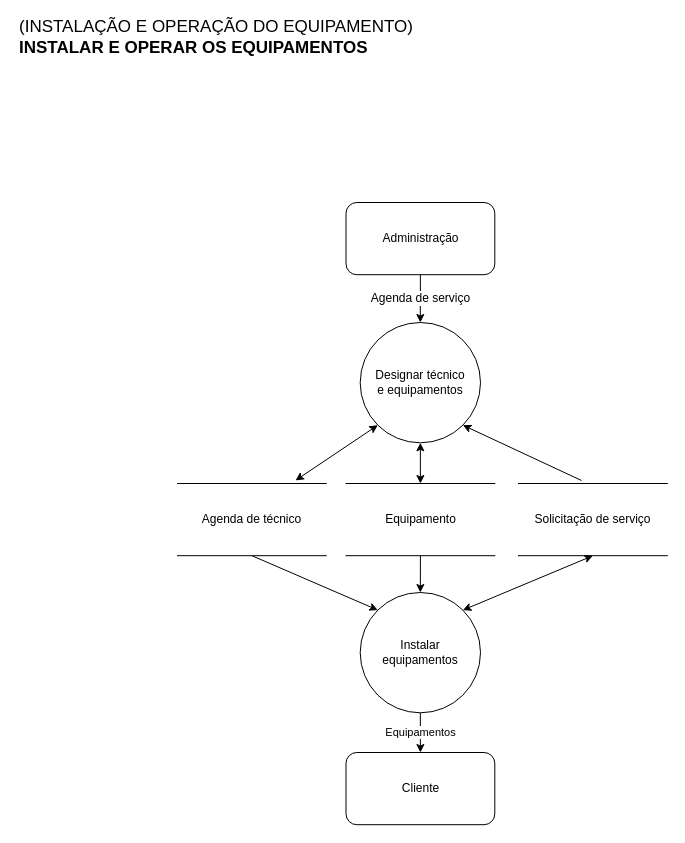
Earlier version of the draw.io diagram page "Instalação" (4 of 11) of 16. DFD Essencial para cada capacidade.drawio (somosafsociety/Eng-Soft-EC2A). Source tidied: cells renumbered, new cells numbered last; positions are measured from the earlier drawing's top-left corner, leaving out a move shared by most shapes. Both pictures are drawn from the tidied source at 100%, with x=0, y=0 at pixel (17, 22).
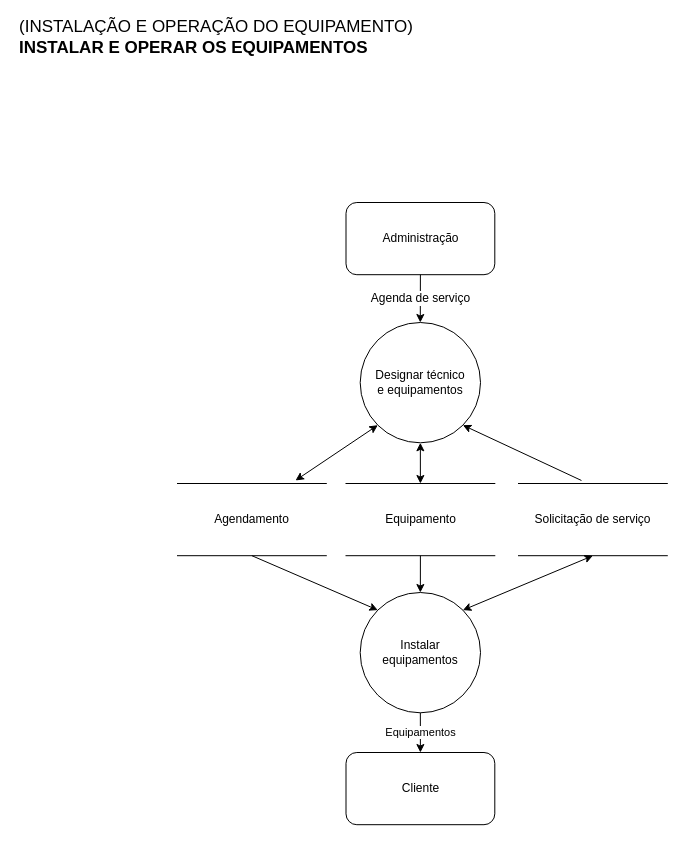
The same diagram, later.

Change to the diagram source:
```diff
@@
 <mxGraphModel>
   <root>
     <mxCell id="0" />
     <mxCell id="1" parent="0" />
     <mxCell id="2" value="&lt;span style=&quot;font-weight: normal&quot;&gt;(INSTALAÇÃO E OPERAÇÃO DO EQUIPAMENTO)&lt;/span&gt;&lt;br&gt;INSTALAR E OPERAR OS EQUIPAMENTOS" style="text;html=1;strokeColor=none;fillColor=none;align=left;verticalAlign=middle;whiteSpace=wrap;rounded=0;fontSize=17;fontStyle=1;" parent="1" vertex="1">
       <mxGeometry width="420" height="30" as="geometry" />
     </mxCell>
     <mxCell id="3" value="Administração" style="rounded=1;whiteSpace=wrap;html=1;" parent="1" vertex="1">
       <mxGeometry x="328.5" y="180" width="148.8" height="72.2" as="geometry" />
     </mxCell>
-    <mxCell id="4" value="Agenda de técnico" style="shape=partialRectangle;whiteSpace=wrap;html=1;left=0;right=0;fillColor=none;" parent="1" vertex="1">
+    <mxCell id="4" value="Agendamento" style="shape=partialRectangle;whiteSpace=wrap;html=1;left=0;right=0;fillColor=none;" parent="1" vertex="1">
       <mxGeometry x="160" y="461" width="148.8" height="72.2" as="geometry" />
     </mxCell>
     <mxCell id="5" value="&lt;span style=&quot;font-size: 12px&quot;&gt;Agenda de serviço&lt;/span&gt;" style="endArrow=classic;html=1;entryX=0.5;entryY=0;entryDx=0;entryDy=0;exitX=0.5;exitY=1;exitDx=0;exitDy=0;" parent="1" edge="1" source="3">
       <mxGeometry relative="1" as="geometry">
         <mxPoint x="402.8" y="300" as="targetPoint" />
       </mxGeometry>
     </mxCell>
     <mxCell id="6" value="Instalar&lt;br&gt;equipamentos" style="ellipse;whiteSpace=wrap;html=1;" parent="1" vertex="1">
       <mxGeometry x="342.7" y="570" width="120.3" height="120.3" as="geometry" />
     </mxCell>
     <mxCell id="7" style="endArrow=classic;startArrow=classic;html=1;exitX=0.793;exitY=-0.042;exitDx=0;exitDy=0;entryX=0;entryY=1;entryDx=0;entryDy=0;exitPerimeter=0;" parent="1" edge="1" source="4" target="10">
       <mxGeometry relative="1" as="geometry" />
     </mxCell>
     <mxCell id="8" value="Equipamentos" style="endArrow=classic;html=1;entryX=0.5;entryY=0;entryDx=0;entryDy=0;exitX=0.5;exitY=1;exitDx=0;exitDy=0;" parent="1" edge="1" source="6" target="12">
       <mxGeometry relative="1" as="geometry" />
     </mxCell>
     <mxCell id="9" value="Equipamento" style="shape=partialRectangle;whiteSpace=wrap;html=1;left=0;right=0;fillColor=none;" parent="1" vertex="1">
       <mxGeometry x="328.5" y="461" width="148.8" height="72.2" as="geometry" />
     </mxCell>
     <mxCell id="10" value="Designar técnico&lt;br&gt;e equipamentos" style="ellipse;whiteSpace=wrap;html=1;" parent="1" vertex="1">
       <mxGeometry x="342.7" y="300" width="120.3" height="120.3" as="geometry" />
     </mxCell>
     <mxCell id="11" style="endArrow=classic;startArrow=classic;html=1;exitX=0.5;exitY=0;exitDx=0;exitDy=0;entryX=0.5;entryY=1;entryDx=0;entryDy=0;" parent="1" edge="1" source="9" target="10">
       <mxGeometry relative="1" as="geometry" />
     </mxCell>
     <mxCell id="12" value="Cliente" style="rounded=1;whiteSpace=wrap;html=1;" parent="1" vertex="1">
       <mxGeometry x="328.5" y="730" width="148.8" height="72.2" as="geometry" />
     </mxCell>
     <mxCell id="13" style="endArrow=classic;html=1;exitX=0.5;exitY=1;exitDx=0;exitDy=0;entryX=0.5;entryY=0;entryDx=0;entryDy=0;" parent="1" edge="1" source="9" target="6">
       <mxGeometry relative="1" as="geometry" />
     </mxCell>
     <mxCell id="14" style="endArrow=classic;startArrow=classic;html=1;exitX=1;exitY=0;exitDx=0;exitDy=0;entryX=0.5;entryY=1;entryDx=0;entryDy=0;" parent="1" edge="1" source="6" target="15">
       <mxGeometry relative="1" as="geometry" />
     </mxCell>
     <mxCell id="15" value="Solicitação de serviço" style="shape=partialRectangle;whiteSpace=wrap;html=1;left=0;right=0;fillColor=none;" parent="1" vertex="1">
       <mxGeometry x="501" y="461" width="148.8" height="72.2" as="geometry" />
     </mxCell>
     <mxCell id="16" style="endArrow=classic;html=1;exitX=0.423;exitY=-0.042;exitDx=0;exitDy=0;exitPerimeter=0;entryX=1;entryY=1;entryDx=0;entryDy=0;" parent="1" edge="1" source="15" target="10">
       <mxGeometry relative="1" as="geometry" />
     </mxCell>
     <mxCell id="17" style="endArrow=classic;html=1;exitX=0.5;exitY=1;exitDx=0;exitDy=0;entryX=0;entryY=0;entryDx=0;entryDy=0;" parent="1" edge="1" source="4" target="6">
       <mxGeometry relative="1" as="geometry" />
     </mxCell>
   </root>
 </mxGraphModel>
```
